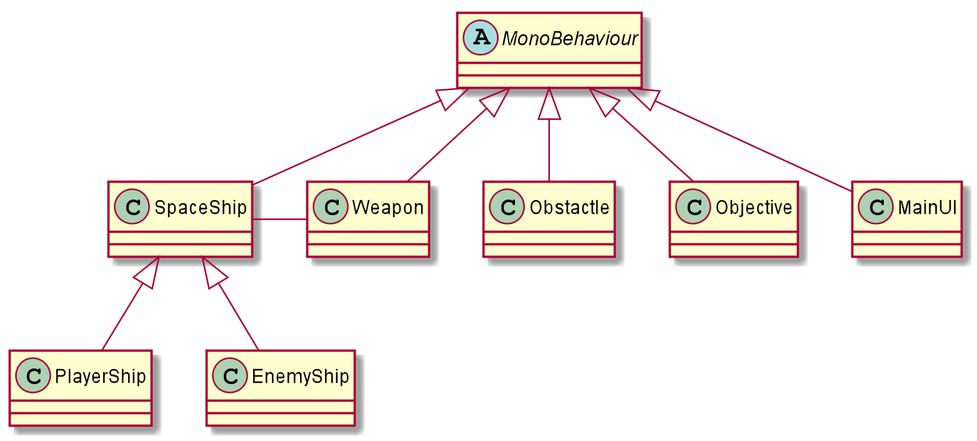
Before: doc/diagrams/Model.png, a diagram exported from PlantUML (smowdy/bfh_projekt_1). Source of this version:
```plantuml
@startuml

abstract Class MonoBehaviour

Class SpaceShip

Class PlayerShip

Class EnemyShip

Class Weapon

Class Obstactle

Class Objective

Class MainUI

PlayerShip -up-|> SpaceShip
EnemyShip -up-|> SpaceShip
SpaceShip -up-|> MonoBehaviour
SpaceShip -right- Weapon
Objective -up-|> MonoBehaviour
Weapon -up-|> MonoBehaviour
Obstactle -up-|> MonoBehaviour
MainUI -up-|> MonoBehaviour

@enduml
```
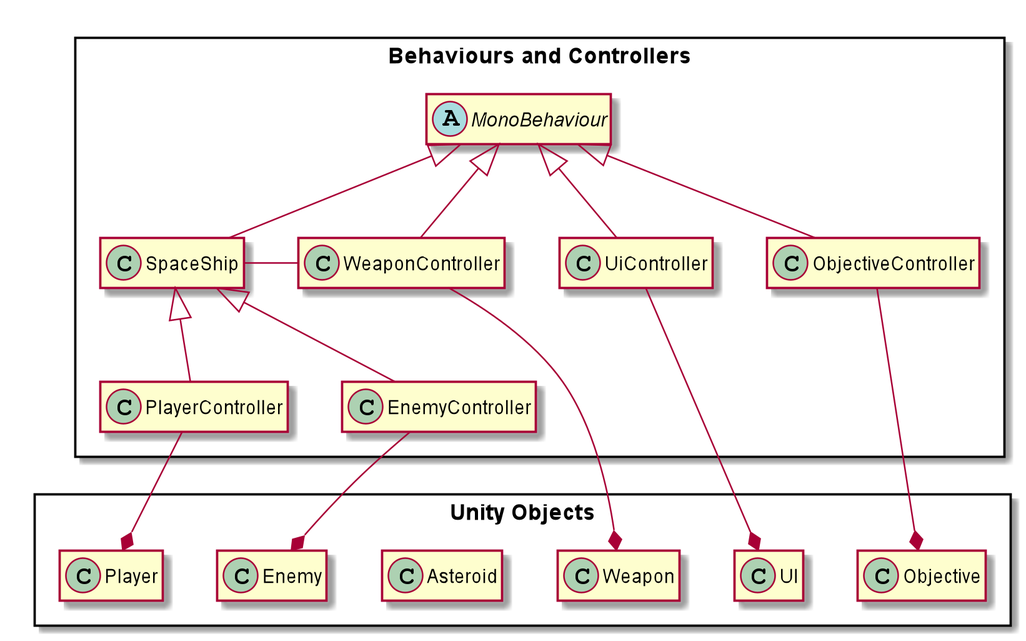
The same file after the commit.

Commit message:
modifyed model and added Usecases

The edit, as a diff of the source:
```diff
@@ -1,28 +1,38 @@
 @startuml
 
-abstract Class MonoBehaviour
+package "Unity Objects" <<Rectangle>> {
+    hide members
+    Class Player
+    Class Enemy
+    Class Weapon
+    Class Asteroid
+    Class Objective
+    Class UI
+}
 
-Class SpaceShip
+package "Behaviours and Controllers" <<Rectangle>> {
+    hide members
+    abstract Class MonoBehaviour
+    Class SpaceShip
+    Class PlayerController
+    Class EnemyController
+    Class WeaponController
+    Class ObjectiveController
+    Class UiController
+}
 
-Class PlayerShip
+PlayerController -up-|> SpaceShip
+EnemyController -up-|> SpaceShip
+SpaceShip -up-|> MonoBehaviour
+SpaceShip -right- WeaponController
+ObjectiveController -up-|> MonoBehaviour
+WeaponController -up-|> MonoBehaviour
+UiController -up-|> MonoBehaviour
 
-Class EnemyShip
-
-Class Weapon
-
-Class Obstactle
-
-Class Objective
-
-Class MainUI
-
-PlayerShip -up-|> SpaceShip
-EnemyShip -up-|> SpaceShip
-SpaceShip -up-|> MonoBehaviour
-SpaceShip -right- Weapon
-Objective -up-|> MonoBehaviour
-Weapon -up-|> MonoBehaviour
-Obstactle -up-|> MonoBehaviour
-MainUI -up-|> MonoBehaviour
+Player *-up- PlayerController
+Enemy *-up- EnemyController
+Weapon *-up- WeaponController
+Objective *-up- ObjectiveController
+UI *-up- UiController
 
 @enduml
```
